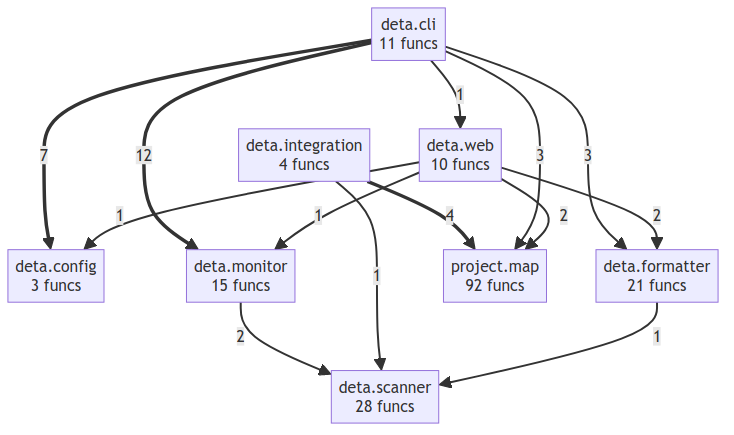
This is project/compact_flow.png from semcod/deta, a Mermaid export, as it was before one commit. Its source is kept beside it as project/compact_flow.mmd.
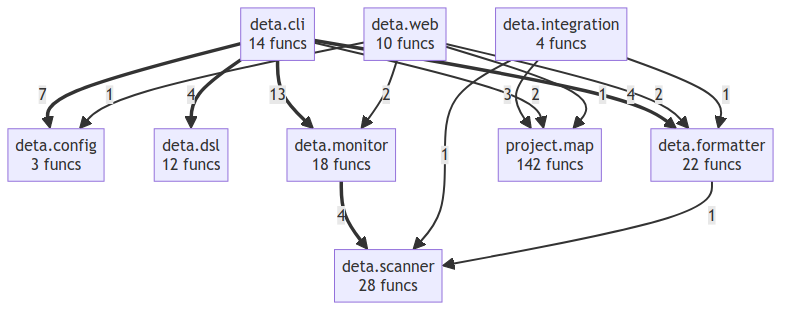
After the change.

Change to the diagram source:
```diff
@@ -1,22 +1,24 @@
 flowchart TD
-    deta__cli["deta.cli<br/>11 funcs"]
+    deta__cli["deta.cli<br/>14 funcs"]
     deta__config["deta.config<br/>3 funcs"]
-    deta__formatter["deta.formatter<br/>21 funcs"]
+    deta__dsl["deta.dsl<br/>12 funcs"]
+    deta__formatter["deta.formatter<br/>22 funcs"]
     deta__integration["deta.integration<br/>4 funcs"]
-    deta__monitor["deta.monitor<br/>15 funcs"]
+    deta__monitor["deta.monitor<br/>18 funcs"]
     deta__scanner["deta.scanner<br/>28 funcs"]
     deta__web["deta.web<br/>10 funcs"]
-    project__map["project.map<br/>92 funcs"]
-    deta__cli ==>|12| deta__monitor
+    project__map["project.map<br/>142 funcs"]
+    deta__cli ==>|13| deta__monitor
     deta__cli ==>|7| deta__config
-    deta__integration ==>|4| project__map
-    deta__cli -->|3| project__map
-    deta__cli -->|3| deta__formatter
-    deta__web -->|2| project__map
+    deta__cli ==>|4| deta__formatter
+    deta__cli ==>|4| deta__dsl
+    deta__monitor ==>|4| deta__scanner
+    deta__integration -->|3| project__map
+    deta__cli -->|2| project__map
     deta__web -->|2| deta__formatter
-    deta__monitor -->|2| deta__scanner
-    deta__cli -->|1| deta__web
-    deta__web -->|1| deta__monitor
-    deta__web -->|1| deta__config
+    deta__web -->|2| deta__monitor
+    deta__integration -->|1| deta__formatter
     deta__integration -->|1| deta__scanner
     deta__formatter -->|1| deta__scanner
+    deta__web -->|1| project__map
+    deta__web -->|1| deta__config
```
